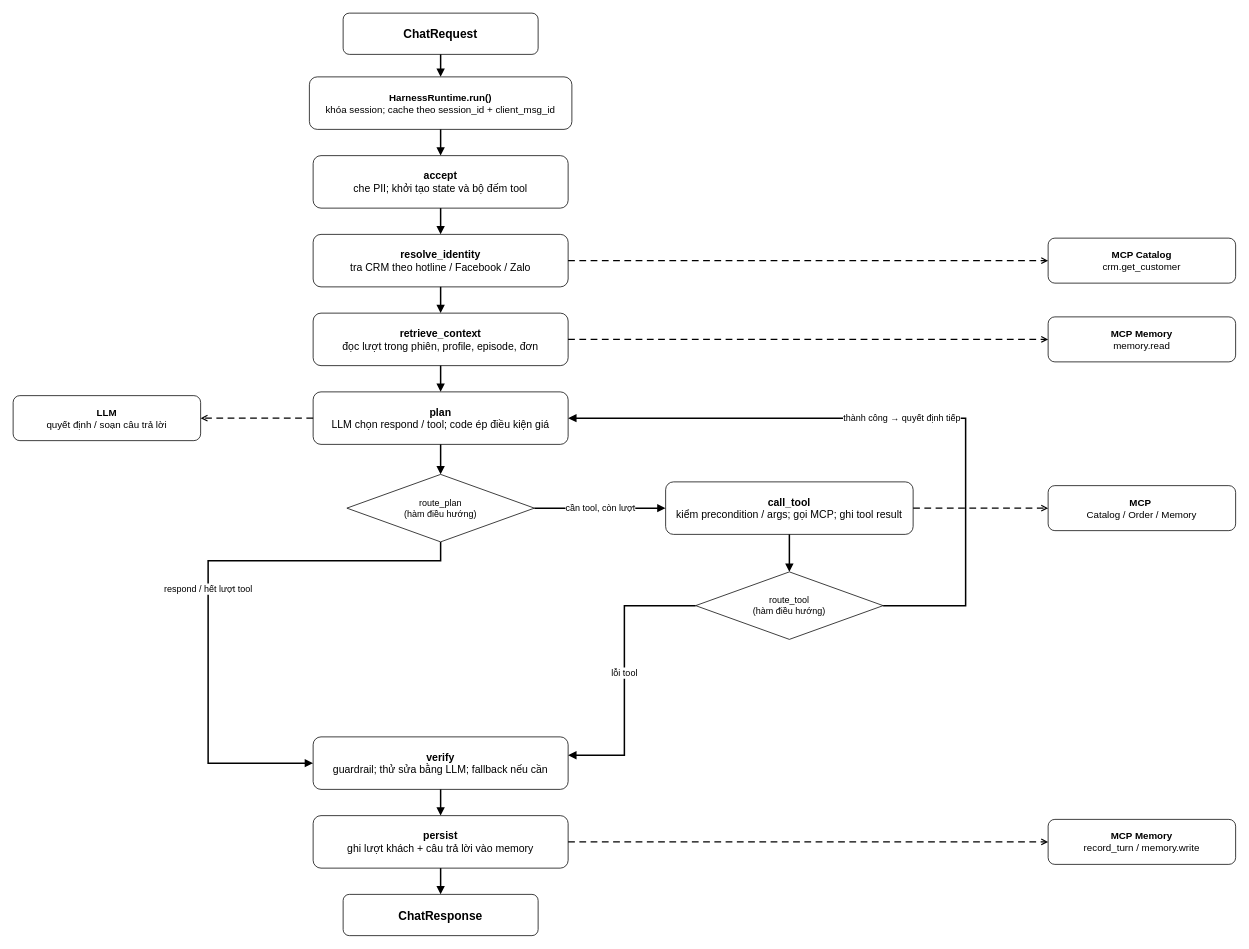
Earlier version of the draw.io diagram docs/agent-node-flow.drawio (PhucNguyenThanh04/TeleSale-SudoCode2026). Source tidied: cells renumbered, new cells numbered last; positions are measured from the earlier drawing's top-left corner, leaving out a move shared by most shapes. Both pictures are drawn from the tidied source at 75%, with x=0, y=0 at pixel (13, 13).
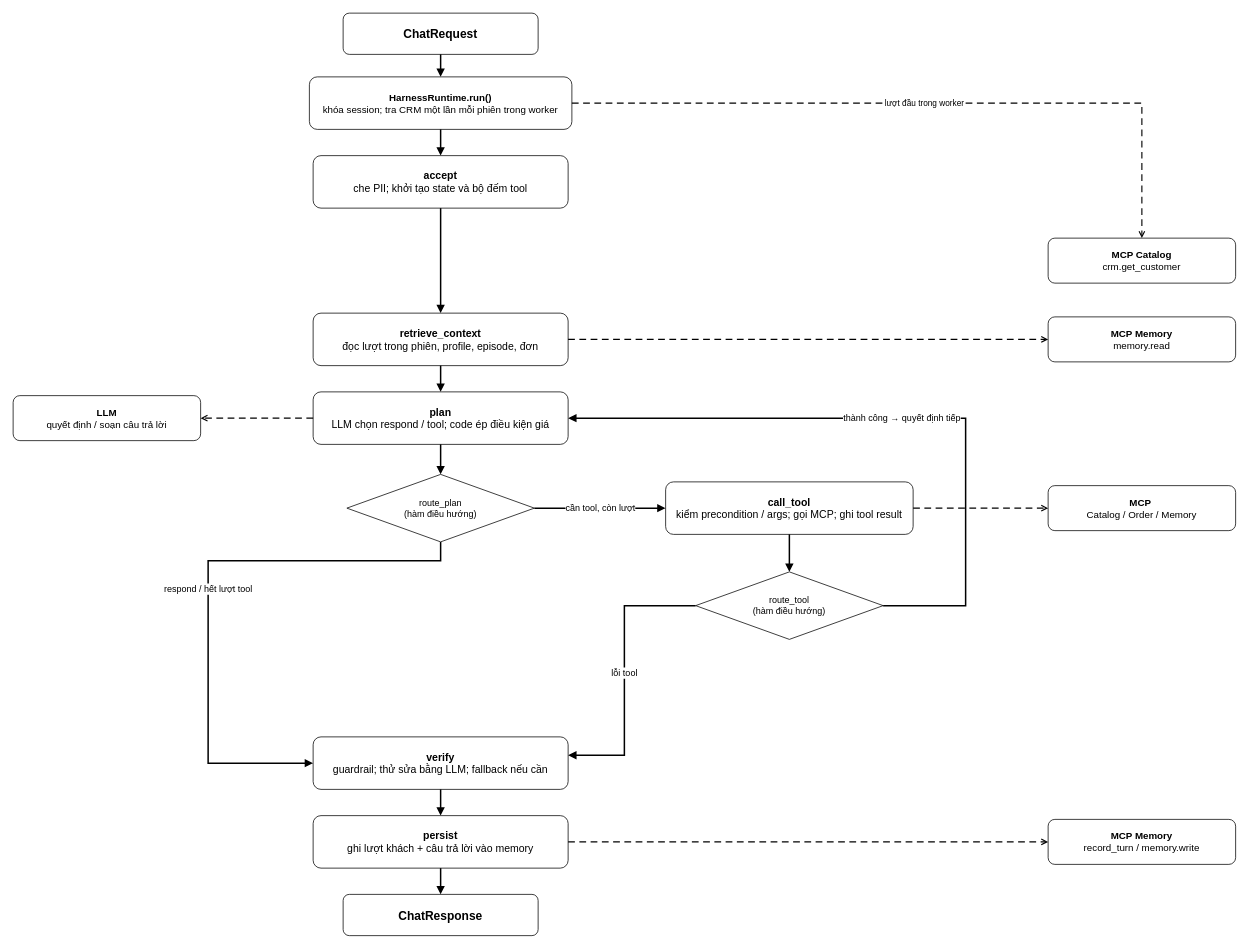
After the change.

Unchanged cells that the change refers to:
```xml
<mxCell id="4" value="&lt;b&gt;accept&lt;/b&gt;&lt;br&gt;che PII; khởi tạo state và bộ đếm tool" style="rounded=1;whiteSpace=wrap;html=1;fontSize=14;" parent="1" vertex="1">
  <mxGeometry x="400" y="190" width="340" height="70" as="geometry" />
</mxCell>
<mxCell id="6" value="&lt;b&gt;retrieve_context&lt;/b&gt;&lt;br&gt;đọc lượt trong phiên, profile, episode, đơn" style="rounded=1;whiteSpace=wrap;html=1;fontSize=14;" parent="1" vertex="1">
  <mxGeometry x="400" y="400" width="340" height="70" as="geometry" />
</mxCell>
<mxCell id="14" value="&lt;b&gt;MCP Catalog&lt;/b&gt;&lt;br&gt;crm.get_customer" style="rounded=1;whiteSpace=wrap;html=1;fontSize=13;" parent="1" vertex="1">
  <mxGeometry x="1380" y="300" width="250" height="60" as="geometry" />
</mxCell>
```

What changed in the source:
```diff
@@
-    <mxCell id="3" value="&lt;b&gt;HarnessRuntime.run()&lt;/b&gt;&lt;br&gt;khóa session; cache theo session_id + client_msg_id" style="rounded=1;whiteSpace=wrap;html=1;fontSize=13;" parent="1" vertex="1">
+    <mxCell id="3" value="&lt;b&gt;HarnessRuntime.run()&lt;/b&gt;&lt;br&gt;khóa session; tra CRM một lần mỗi phiên trong worker" style="rounded=1;whiteSpace=wrap;html=1;fontSize=13;" parent="1" vertex="1">
       <mxGeometry x="395" y="85" width="350" height="70" as="geometry" />
     </mxCell>
@@
-    <mxCell id="5" value="&lt;b&gt;resolve_identity&lt;/b&gt;&lt;br&gt;tra CRM theo hotline / Facebook / Zalo" style="rounded=1;whiteSpace=wrap;html=1;fontSize=14;" parent="1" vertex="1">
-      <mxGeometry x="400" y="295" width="340" height="70" as="geometry" />
-    </mxCell>
@@
-    <mxCell id="21" style="edgeStyle=orthogonalEdgeStyle;rounded=0;html=1;endArrow=block;endFill=1;strokeWidth=2;" parent="1" edge="1" source="4" target="5">
+    <mxCell id="21" style="edgeStyle=orthogonalEdgeStyle;rounded=0;html=1;endArrow=block;endFill=1;strokeWidth=2;" parent="1" edge="1" source="4" target="6">
       <mxGeometry relative="1" as="geometry" />
     </mxCell>
-    <mxCell id="22" style="edgeStyle=orthogonalEdgeStyle;rounded=0;html=1;endArrow=block;endFill=1;strokeWidth=2;" parent="1" edge="1" source="5" target="6">
-      <mxGeometry relative="1" as="geometry" />
-    </mxCell>
@@
-    <mxCell id="32" style="edgeStyle=orthogonalEdgeStyle;rounded=0;html=1;dashed=1;dashPattern=6 4;endArrow=open;strokeWidth=1.5;" parent="1" edge="1" source="5" target="14">
+    <mxCell id="32" value="lượt đầu trong worker" style="edgeStyle=orthogonalEdgeStyle;rounded=0;html=1;dashed=1;dashPattern=6 4;endArrow=open;strokeWidth=1.5;" parent="1" edge="1" source="3" target="14">
       <mxGeometry relative="1" as="geometry" />
     </mxCell>
```
